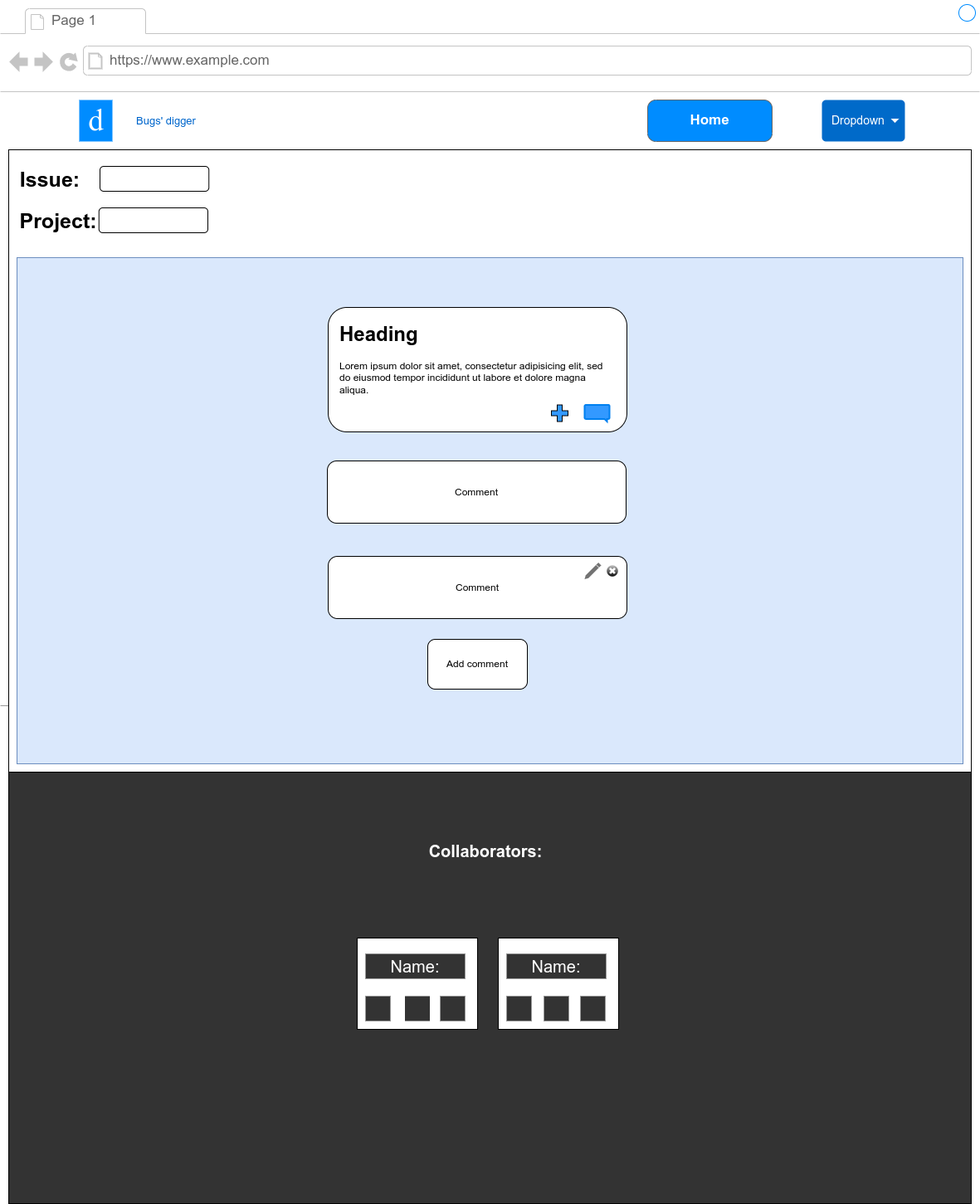
Earlier version of the draw.io export documentation/wireframes/issue_page.png (IuliiaKonovalova/issue_tracker). Source tidied: cells renumbered, new cells last; positions are measured from the earlier drawing's top-left corner, leaving out a move shared by most shapes.
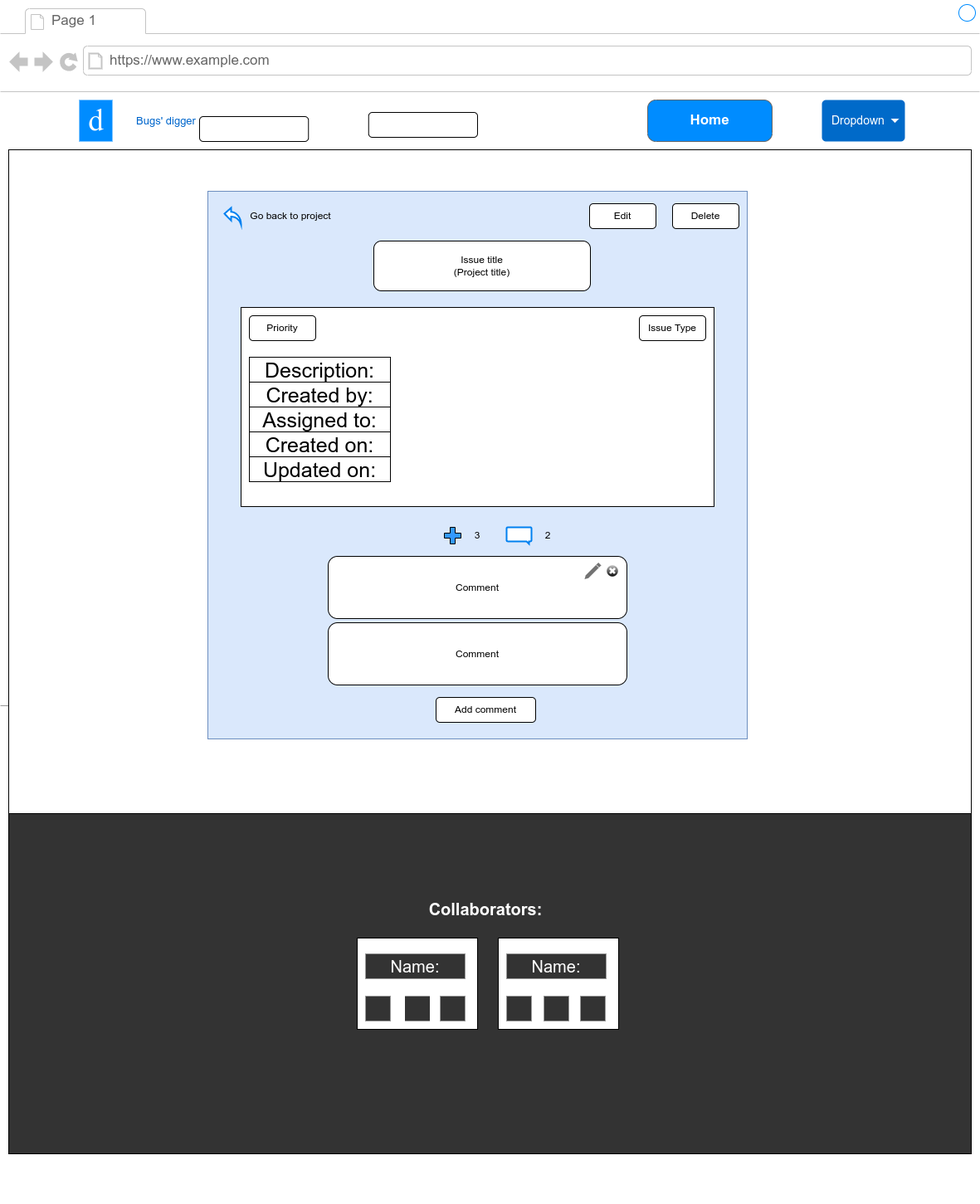
Later version of the same file.

Diff of the diagram source:
```diff
@@ -6,7 +6,7 @@
       <mxGeometry width="1180" height="1450" as="geometry" />
     </mxCell>
     <mxCell id="3" style="rounded=0;whiteSpace=wrap;html=1;fillColor=#333333;" parent="2" vertex="1">
-      <mxGeometry x="10" y="850" width="1160" height="600" as="geometry" />
+      <mxGeometry x="10" y="980" width="1160" height="410" as="geometry" />
     </mxCell>
     <mxCell id="4" value="Page 1" style="strokeWidth=1;shadow=0;dashed=0;align=center;html=1;shape=mxgraph.mockup.containers.anchor;fontSize=17;fontColor=#666666;align=left;" parent="2" vertex="1">
       <mxGeometry x="60" y="12" width="110" height="26" as="geometry" />
@@ -30,13 +30,10 @@
       <mxGeometry x="780" y="120" width="150" height="50" as="geometry" />
     </mxCell>
     <mxCell id="11" style="rounded=0;whiteSpace=wrap;html=1;" parent="2" vertex="1">
-      <mxGeometry x="10" y="180" width="1160" height="750" as="geometry" />
+      <mxGeometry x="10" y="180" width="1160" height="800" as="geometry" />
     </mxCell>
-    <mxCell id="12" value="&lt;span style=&quot;font-size: 25px&quot;&gt;&lt;b&gt;Project:&lt;/b&gt;&lt;/span&gt;" style="text;html=1;strokeColor=none;fillColor=none;align=center;verticalAlign=middle;whiteSpace=wrap;rounded=0;" parent="2" vertex="1">
-      <mxGeometry x="20" y="250" width="100" height="30" as="geometry" />
-    </mxCell>
     <mxCell id="13" value="&lt;font color=&quot;#ffffff&quot; style=&quot;font-size: 20px&quot;&gt;&lt;b&gt;Collaborators:&lt;/b&gt;&lt;/font&gt;" style="text;html=1;strokeColor=none;fillColor=none;align=center;verticalAlign=middle;whiteSpace=wrap;rounded=0;" parent="2" vertex="1">
-      <mxGeometry x="500" y="1010" width="170" height="30" as="geometry" />
+      <mxGeometry x="500" y="1080" width="170" height="30" as="geometry" />
     </mxCell>
     <mxCell id="14" value="Name:" style="text;html=1;strokeColor=none;fillColor=#333333;align=center;verticalAlign=middle;whiteSpace=wrap;rounded=0;fontSize=20;fontColor=#FFFFFF;" parent="2" vertex="1">
       <mxGeometry x="440" y="1149" width="120" height="30" as="geometry" />
@@ -56,37 +53,31 @@
       </mxGeometry>
     </mxCell>
     <mxCell id="19" style="rounded=0;whiteSpace=wrap;html=1;fillColor=#dae8fc;strokeColor=#6c8ebf;" parent="2" vertex="1">
-      <mxGeometry x="20" y="310" width="1140" height="610" as="geometry" />
+      <mxGeometry x="250" y="230" width="650" height="660" as="geometry" />
     </mxCell>
     <mxCell id="20" style="rounded=1;whiteSpace=wrap;html=1;" parent="2" vertex="1">
-      <mxGeometry x="120" y="200" width="131.2" height="30" as="geometry" />
+      <mxGeometry x="240" y="140" width="131.2" height="30" as="geometry" />
     </mxCell>
-    <mxCell id="21" style="rounded=1;whiteSpace=wrap;html=1;" parent="2" vertex="1">
-      <mxGeometry x="395" y="370" width="360" height="150" as="geometry" />
+    <mxCell id="21" style="rounded=0;whiteSpace=wrap;html=1;" parent="2" vertex="1">
+      <mxGeometry x="290" y="370" width="570" height="240" as="geometry" />
     </mxCell>
-    <mxCell id="22" value="&lt;h1&gt;Heading&lt;/h1&gt;&lt;p&gt;Lorem ipsum dolor sit amet, consectetur adipisicing elit, sed do eiusmod tempor incididunt ut labore et dolore magna aliqua.&lt;/p&gt;" style="text;html=1;strokeColor=none;fillColor=none;spacing=5;spacingTop=-20;whiteSpace=wrap;overflow=hidden;rounded=0;" parent="2" vertex="1">
-      <mxGeometry x="404" y="382.5" width="340" height="100" as="geometry" />
-    </mxCell>
     <mxCell id="23" style="shape=cross;whiteSpace=wrap;html=1;fillColor=#3399FF;size=0.3;" parent="2" vertex="1">
-      <mxGeometry x="664" y="487.5" width="20" height="20" as="geometry" />
+      <mxGeometry x="535" y="635" width="20" height="20" as="geometry" />
     </mxCell>
-    <mxCell id="24" style="html=1;verticalLabelPosition=bottom;align=center;labelBackgroundColor=#ffffff;verticalAlign=top;strokeWidth=2;strokeColor=#0080F0;shadow=0;dashed=0;shape=mxgraph.ios7.icons.message;fillColor=#3399FF;" parent="2" vertex="1">
-      <mxGeometry x="704" y="487.5" width="30" height="20" as="geometry" />
+    <mxCell id="24" style="html=1;verticalLabelPosition=bottom;align=center;labelBackgroundColor=#ffffff;verticalAlign=top;strokeWidth=2;strokeColor=#0080F0;shadow=0;dashed=0;shape=mxgraph.ios7.icons.message;fillColor=#FFFFFF;" parent="2" vertex="1">
+      <mxGeometry x="610" y="635" width="30" height="20" as="geometry" />
     </mxCell>
-    <mxCell id="25" value="&lt;span style=&quot;font-size: 25px&quot;&gt;&lt;b&gt;Issue:&lt;/b&gt;&lt;/span&gt;" style="text;html=1;strokeColor=none;fillColor=none;align=center;verticalAlign=middle;whiteSpace=wrap;rounded=0;" parent="2" vertex="1">
-      <mxGeometry x="20" y="200" width="80" height="30" as="geometry" />
-    </mxCell>
     <mxCell id="26" style="rounded=1;whiteSpace=wrap;html=1;" parent="2" vertex="1">
-      <mxGeometry x="118.8" y="250" width="131.2" height="30" as="geometry" />
+      <mxGeometry x="443.8" y="135" width="131.2" height="30" as="geometry" />
     </mxCell>
     <mxCell id="27" value="Comment" style="rounded=1;whiteSpace=wrap;html=1;" parent="2" vertex="1">
-      <mxGeometry x="394" y="555" width="360" height="75" as="geometry" />
+      <mxGeometry x="395" y="750" width="360" height="75" as="geometry" />
     </mxCell>
     <mxCell id="28" value="Comment" style="rounded=1;whiteSpace=wrap;html=1;" parent="2" vertex="1">
       <mxGeometry x="395" y="670" width="360" height="75" as="geometry" />
     </mxCell>
     <mxCell id="29" value="Add comment" style="rounded=1;whiteSpace=wrap;html=1;" parent="2" vertex="1">
-      <mxGeometry x="515" y="770" width="120" height="60" as="geometry" />
+      <mxGeometry x="525" y="840" width="120" height="30" as="geometry" />
     </mxCell>
     <mxCell id="30" style="dashed=0;verticalLabelPosition=bottom;verticalAlign=top;align=center;shape=mxgraph.gmdl.edit;strokeColor=none;fillColor=#737373;shadow=0;sketch=0;" parent="2" vertex="1">
       <mxGeometry x="704" y="677.5" width="20" height="20" as="geometry" />
@@ -112,5 +103,47 @@
     <mxCell id="37" style="text;html=1;strokeColor=none;fillColor=#333333;align=center;verticalAlign=middle;whiteSpace=wrap;rounded=0;fontSize=20;fontColor=#FFFFFF;" parent="2" vertex="1">
       <mxGeometry x="655" y="1200" width="30" height="30" as="geometry" />
     </mxCell>
+    <mxCell id="38" style="html=1;verticalLabelPosition=bottom;align=center;labelBackgroundColor=#ffffff;verticalAlign=top;strokeWidth=2;strokeColor=#0080F0;shadow=0;dashed=0;shape=mxgraph.ios7.icons.back;" parent="2" vertex="1">
+      <mxGeometry x="270" y="250" width="20" height="20" as="geometry" />
+    </mxCell>
+    <mxCell id="39" value="Go back to project" style="text;html=1;strokeColor=none;fillColor=none;align=center;verticalAlign=middle;whiteSpace=wrap;rounded=0;" parent="2" vertex="1">
+      <mxGeometry x="290" y="245" width="120" height="30" as="geometry" />
+    </mxCell>
+    <mxCell id="40" value="Edit" style="rounded=1;whiteSpace=wrap;html=1;" parent="2" vertex="1">
+      <mxGeometry x="710" y="245" width="80" height="30" as="geometry" />
+    </mxCell>
+    <mxCell id="41" value="Delete" style="rounded=1;whiteSpace=wrap;html=1;" parent="2" vertex="1">
+      <mxGeometry x="810" y="245" width="80" height="30" as="geometry" />
+    </mxCell>
+    <mxCell id="42" value="Priority" style="rounded=1;whiteSpace=wrap;html=1;" parent="2" vertex="1">
+      <mxGeometry x="300" y="380" width="80" height="30" as="geometry" />
+    </mxCell>
+    <mxCell id="43" value="Issue Type" style="rounded=1;whiteSpace=wrap;html=1;" parent="2" vertex="1">
+      <mxGeometry x="770" y="380" width="80" height="30" as="geometry" />
+    </mxCell>
+    <mxCell id="44" value="3" style="text;html=1;strokeColor=none;fillColor=none;align=center;verticalAlign=middle;whiteSpace=wrap;rounded=0;" parent="2" vertex="1">
+      <mxGeometry x="560" y="630" width="30" height="30" as="geometry" />
+    </mxCell>
+    <mxCell id="45" value="2" style="text;html=1;strokeColor=none;fillColor=none;align=center;verticalAlign=middle;whiteSpace=wrap;rounded=0;" parent="2" vertex="1">
+      <mxGeometry x="645" y="630" width="30" height="30" as="geometry" />
+    </mxCell>
+    <mxCell id="46" value="Description:" style="rounded=0;whiteSpace=wrap;html=1;fontSize=25;" parent="2" vertex="1">
+      <mxGeometry x="300" y="430" width="170" height="30" as="geometry" />
+    </mxCell>
+    <mxCell id="47" value="Created by:&lt;span style=&quot;color: rgba(0 , 0 , 0 , 0) ; font-family: monospace ; font-size: 0px&quot;&gt;%3CmxGraphModel%3E%3Croot%3E%3CmxCell%20id%3D%220%22%2F%3E%3CmxCell%20id%3D%221%22%20parent%3D%220%22%2F%3E%3CmxCell%20id%3D%222%22%20value%3D%22Description%3A%22%20style%3D%22rounded%3D0%3BwhiteSpace%3Dwrap%3Bhtml%3D1%3BfontSize%3D25%3B%22%20vertex%3D%221%22%20parent%3D%221%22%3E%3CmxGeometry%20x%3D%22310%22%20y%3D%22460%22%20width%3D%22170%22%20height%3D%2230%22%20as%3D%22geometry%22%2F%3E%3C%2FmxCell%3E%3C%2Froot%3E%3C%2FmxGraphModel%3E&lt;/span&gt;" style="rounded=0;whiteSpace=wrap;html=1;fontSize=25;" parent="2" vertex="1">
+      <mxGeometry x="300" y="460" width="170" height="30" as="geometry" />
+    </mxCell>
+    <mxCell id="48" value="Assigned to:" style="rounded=0;whiteSpace=wrap;html=1;fontSize=25;" parent="2" vertex="1">
+      <mxGeometry x="300" y="490" width="170" height="30" as="geometry" />
+    </mxCell>
+    <mxCell id="49" value="Created on:" style="rounded=0;whiteSpace=wrap;html=1;fontSize=25;" parent="2" vertex="1">
+      <mxGeometry x="300" y="520" width="170" height="30" as="geometry" />
+    </mxCell>
+    <mxCell id="50" value="Updated on:" style="rounded=0;whiteSpace=wrap;html=1;fontSize=25;" parent="2" vertex="1">
+      <mxGeometry x="300" y="550" width="170" height="30" as="geometry" />
+    </mxCell>
+    <mxCell id="51" value="Issue title&lt;br&gt;(Project title)" style="rounded=1;whiteSpace=wrap;html=1;" parent="1" vertex="1">
+      <mxGeometry x="450" y="290" width="261" height="60" as="geometry" />
+    </mxCell>
   </root>
 </mxGraphModel>
```
